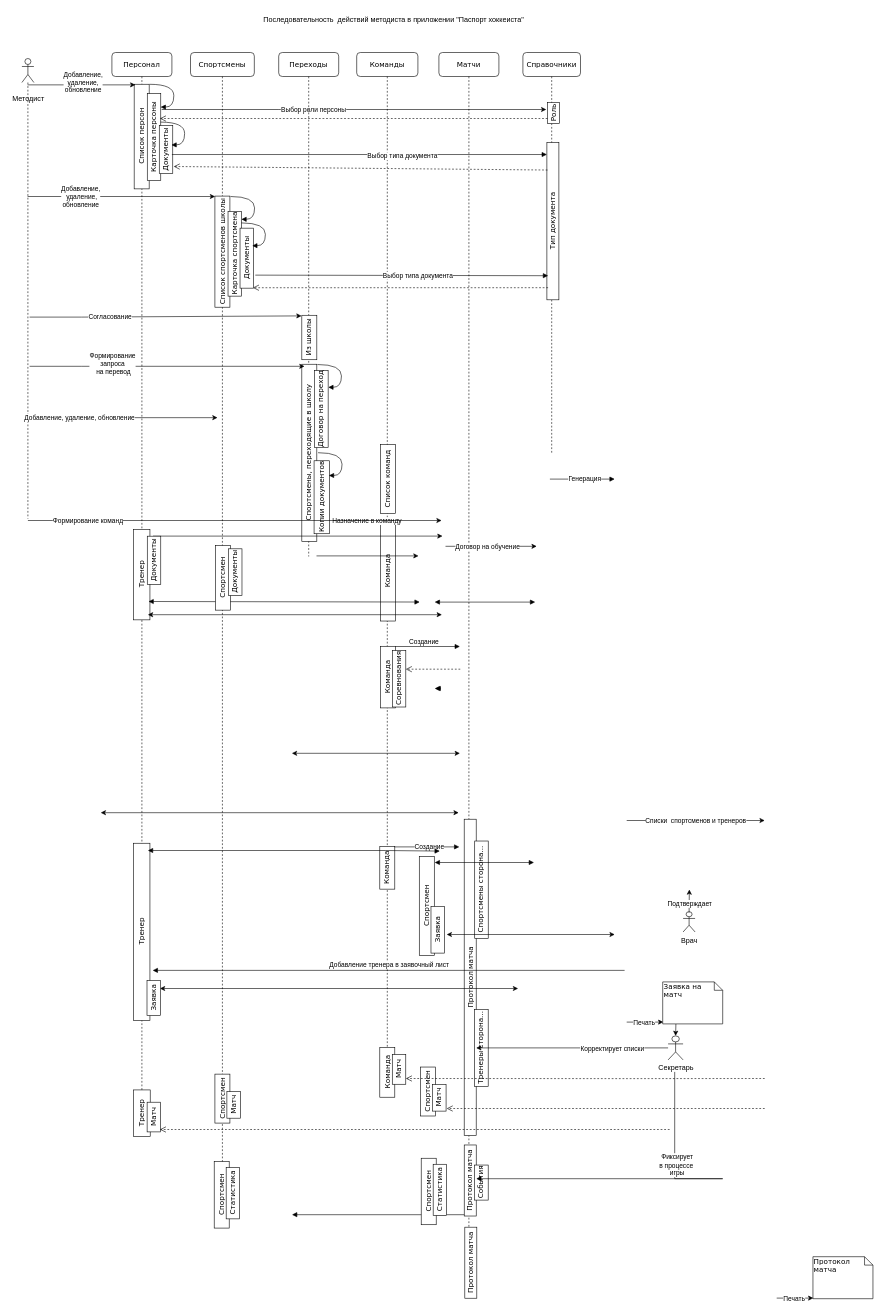
Before: Акбарс.drawio in OlgaTalipova/FHRT, a draw.io diagram. Source tidied: cells renumbered, new cells numbered last; positions are measured from the earlier drawing's top-left corner, leaving out a move shared by most shapes. Both pictures are drawn from the tidied source at 60%, with x=0, y=0 at pixel (10, 10).
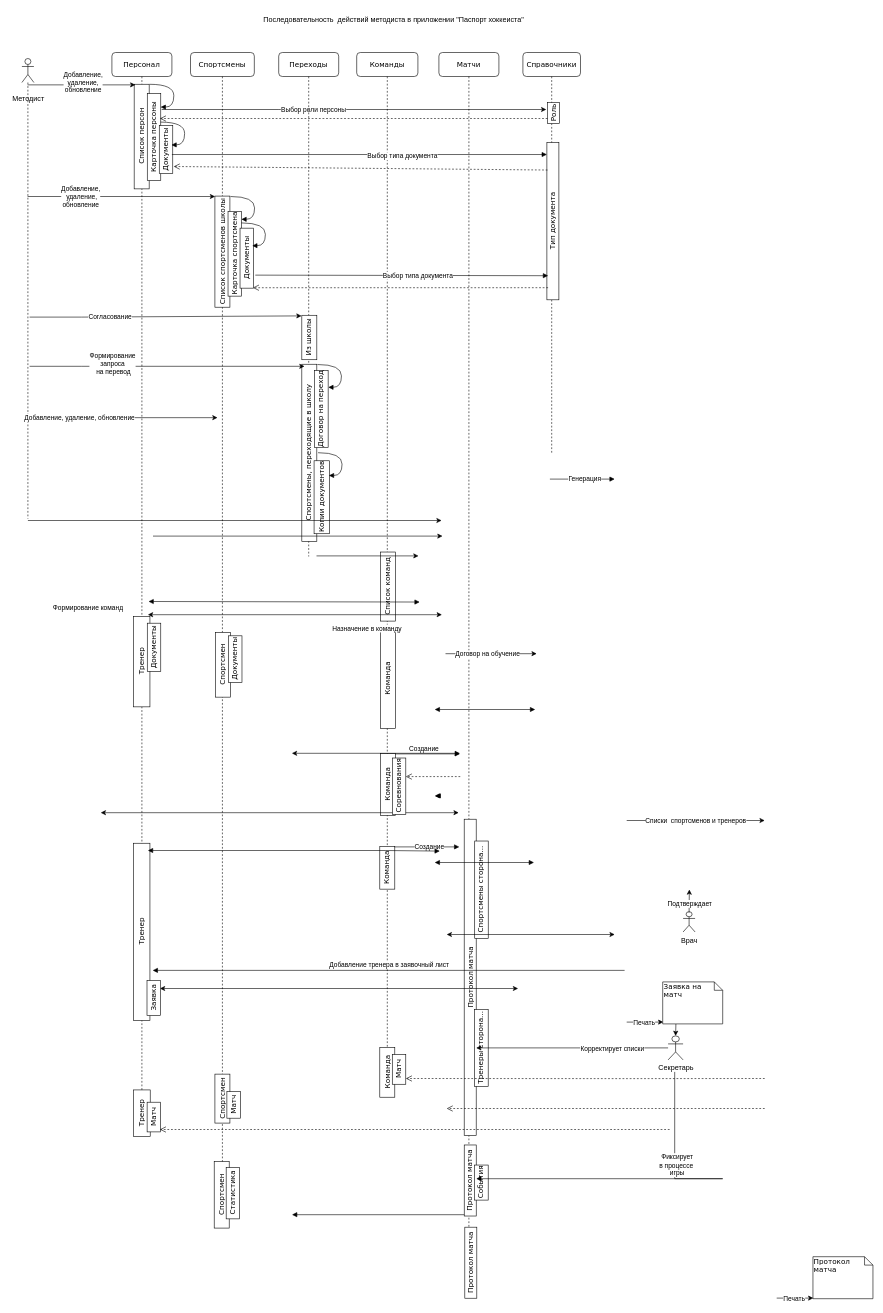
The same diagram, later.

The change refers to these unchanged cells:
```xml
<mxCell id="2" value="Команды" style="shape=umlLifeline;perimeter=lifelinePerimeter;whiteSpace=wrap;html=1;rounded=1;shadow=0;comic=0;labelBackgroundColor=none;strokeWidth=1;fontFamily=Verdana;fontSize=12;align=center;" parent="1" vertex="1">
  <mxGeometry x="577" y="70" width="102" height="1737" as="geometry" />
</mxCell>
<mxCell id="26" value="Персонал" style="shape=umlLifeline;perimeter=lifelinePerimeter;whiteSpace=wrap;html=1;rounded=1;shadow=0;comic=0;labelBackgroundColor=none;strokeWidth=1;fontFamily=Verdana;fontSize=12;align=center;" parent="1" vertex="1">
  <mxGeometry x="169" y="70" width="100" height="1797" as="geometry" />
</mxCell>
<mxCell id="54" style="endArrow=classic;html=1;rounded=0;entryX=1.14;entryY=0.038;entryDx=0;entryDy=0;entryPerimeter=0;" parent="1" edge="1">
  <mxGeometry relative="1" as="geometry">
    <mxPoint x="237.5" y="876" as="sourcePoint" />
    <mxPoint x="720" y="876" as="targetPoint" />
  </mxGeometry>
</mxCell>
<mxCell id="57" style="endArrow=classic;html=1;rounded=0;entryX=0.94;entryY=0.99;entryDx=0;entryDy=0;entryPerimeter=0;" parent="1" edge="1">
  <mxGeometry relative="1" as="geometry">
    <mxPoint x="29" y="850" as="sourcePoint" />
    <mxPoint x="718.5" y="850" as="targetPoint" />
  </mxGeometry>
</mxCell>
```

Diff of the diagram source:
```diff
@@
     <mxCell id="3" value="Команда" style="html=1;perimeter=orthogonalPerimeter;rounded=0;shadow=0;comic=0;labelBackgroundColor=none;strokeWidth=1;fontFamily=Verdana;fontSize=12;align=center;direction=north;rotation=-90;" parent="2" vertex="1">
-      <mxGeometry x="-31" y="852" width="166.1" height="25" as="geometry" />
+      <mxGeometry x="-31" y="1031" width="166.1" height="25" as="geometry" />
     </mxCell>
     <mxCell id="4" value="Список команд" style="html=1;perimeter=orthogonalPerimeter;rounded=0;shadow=0;comic=0;labelBackgroundColor=none;strokeWidth=1;fontFamily=Verdana;fontSize=12;align=center;direction=north;rotation=-90;" parent="2" vertex="1">
-      <mxGeometry x="-5.5" y="698.6" width="115.1" height="25" as="geometry" />
+      <mxGeometry x="-5.5" y="877.6" width="115.1" height="25" as="geometry" />
     </mxCell>
     <mxCell id="5" value="Команда" style="html=1;perimeter=orthogonalPerimeter;rounded=0;shadow=0;comic=0;labelBackgroundColor=none;strokeWidth=1;fontFamily=Verdana;fontSize=12;align=center;direction=north;rotation=-90;" parent="2" vertex="1">
-      <mxGeometry x="0.7" y="1028.5" width="102.7" height="25" as="geometry" />
+      <mxGeometry x="0.7" y="1207.5" width="102.7" height="25" as="geometry" />
     </mxCell>
     <mxCell id="6" value="Создание" style="html=1;verticalAlign=bottom;endArrow=block;curved=0;rounded=0;" parent="2" edge="1">
       <mxGeometry x="-0.11" y="-1" relative="1" as="geometry">
-        <mxPoint x="64" y="990" as="sourcePoint" />
-        <mxPoint x="172" y="990" as="targetPoint" />
+        <mxPoint x="64" y="1169" as="sourcePoint" />
+        <mxPoint x="172" y="1169" as="targetPoint" />
       </mxGeometry>
     </mxCell>
@@
     <mxCell id="14" value="&lt;div style=&quot;direction: ltr;&quot;&gt;&lt;span style=&quot;background-color: initial;&quot;&gt;Соревнования&lt;/span&gt;&lt;/div&gt;" style="html=1;points=[];perimeter=orthogonalPerimeter;rounded=0;shadow=0;comic=0;labelBackgroundColor=none;strokeWidth=1;fontFamily=Verdana;fontSize=12;align=center;direction=west;rotation=-90;" parent="2" vertex="1">
-      <mxGeometry x="23.6" y="1032.6" width="94" height="22.5" as="geometry" />
+      <mxGeometry x="23.6" y="1211.6" width="94" height="22.5" as="geometry" />
     </mxCell>
     <mxCell id="15" style="html=1;verticalAlign=bottom;endArrow=open;dashed=1;endSize=8;curved=0;rounded=0;" parent="2" edge="1" target="14">
       <mxGeometry relative="1" as="geometry">
-        <mxPoint x="172.6" y="1027.8" as="sourcePoint" />
+        <mxPoint x="172.6" y="1206.8" as="sourcePoint" />
       </mxGeometry>
     </mxCell>
@@
     <mxCell id="32" value="Тренер" style="html=1;perimeter=orthogonalPerimeter;rounded=0;shadow=0;comic=0;labelBackgroundColor=none;strokeWidth=1;fontFamily=Verdana;fontSize=12;align=center;rotation=-90;" parent="26" vertex="1">
-      <mxGeometry x="-25.9" y="856.3" width="150.9" height="27.7" as="geometry" />
+      <mxGeometry x="-25.9" y="1001.3" width="150.9" height="27.7" as="geometry" />
     </mxCell>
@@
     <mxCell id="55" value="Назначение в команду" style="edgeLabel;html=1;align=center;verticalAlign=middle;" parent="54" vertex="1">
       <mxGeometry x="-0.18" y="2" relative="1" as="geometry">
-        <mxPoint x="158" y="-24" as="offset" />
+        <mxPoint x="158" y="155" as="offset" />
       </mxGeometry>
     </mxCell>
     <mxCell id="56" value="&lt;div style=&quot;direction: ltr;&quot;&gt;&lt;span style=&quot;background-color: initial;&quot;&gt;Документы&lt;/span&gt;&lt;/div&gt;" style="html=1;perimeter=orthogonalPerimeter;rounded=0;shadow=0;comic=0;labelBackgroundColor=none;strokeWidth=1;fontFamily=Verdana;fontSize=12;align=center;direction=west;rotation=-90;" parent="1" vertex="1">
-      <mxGeometry x="199.1" y="905" width="80.2" height="22.5" as="geometry" />
+      <mxGeometry x="199.1" y="1050" width="80.2" height="22.5" as="geometry" />
     </mxCell>
@@
     <mxCell id="58" value="Формирование команд" style="edgeLabel;html=1;align=center;verticalAlign=middle;" parent="57" vertex="1">
       <mxGeometry x="-0.5" y="1" relative="1" as="geometry">
-        <mxPoint x="-73" y="1" as="offset" />
+        <mxPoint x="-73" y="146" as="offset" />
       </mxGeometry>
     </mxCell>
     <mxCell id="59" style="endArrow=classic;html=1;rounded=0;entryX=0.94;entryY=0.517;entryDx=0;entryDy=0;entryPerimeter=0;exitX=0.242;exitY=-0.2;exitDx=0;exitDy=0;exitPerimeter=0;" parent="1" edge="1">
       <mxGeometry relative="1" as="geometry">
-        <mxPoint x="725" y="893" as="sourcePoint" />
-        <mxPoint x="877" y="893" as="targetPoint" />
+        <mxPoint x="725" y="1072" as="sourcePoint" />
+        <mxPoint x="877" y="1072" as="targetPoint" />
       </mxGeometry>
     </mxCell>
@@
     <mxCell id="61" style="endArrow=block;startArrow=block;endFill=1;startFill=1;html=1;rounded=0;" parent="1" edge="1">
       <mxGeometry relative="1" as="geometry">
-        <mxPoint x="707" y="986" as="sourcePoint" />
-        <mxPoint x="874.5" y="986" as="targetPoint" />
+        <mxPoint x="707" y="1165" as="sourcePoint" />
+        <mxPoint x="874.5" y="1165" as="targetPoint" />
       </mxGeometry>
     </mxCell>
@@
     <mxCell id="71" style="endArrow=block;startArrow=block;endFill=1;startFill=1;html=1;rounded=0;" parent="1" edge="1">
       <mxGeometry relative="1" as="geometry">
-        <mxPoint x="707" y="1130" as="sourcePoint" />
-        <mxPoint x="708.5" y="1130" as="targetPoint" />
+        <mxPoint x="707" y="1309" as="sourcePoint" />
+        <mxPoint x="708.5" y="1309" as="targetPoint" />
       </mxGeometry>
     </mxCell>
@@
-    <mxCell id="73" value="&lt;div style=&quot;direction: ltr;&quot;&gt;Спортсмен&lt;/div&gt;" style="html=1;perimeter=orthogonalPerimeter;rounded=0;shadow=0;comic=0;labelBackgroundColor=none;strokeWidth=1;fontFamily=Verdana;fontSize=12;align=center;direction=west;rotation=-90;" parent="1" vertex="1">
-      <mxGeometry x="611.2" y="1480" width="165.2" height="25" as="geometry" />
-    </mxCell>
-    <mxCell id="74" value="&lt;div style=&quot;direction: ltr;&quot;&gt;&lt;span style=&quot;background-color: initial;&quot;&gt;Заявка&lt;/span&gt;&lt;/div&gt;" style="html=1;perimeter=orthogonalPerimeter;rounded=0;shadow=0;comic=0;labelBackgroundColor=none;strokeWidth=1;fontFamily=Verdana;fontSize=12;align=center;direction=west;rotation=-90;" parent="1" vertex="1">
-      <mxGeometry x="673.1" y="1520.8" width="77.9" height="22.5" as="geometry" />
-    </mxCell>
@@
-    <mxCell id="93" value="&lt;div style=&quot;direction: ltr;&quot;&gt;Спортсмен&lt;/div&gt;" style="html=1;perimeter=orthogonalPerimeter;rounded=0;shadow=0;comic=0;labelBackgroundColor=none;strokeWidth=1;fontFamily=Verdana;fontSize=12;align=center;direction=west;rotation=-90;" parent="1" vertex="1">
-      <mxGeometry x="655.2" y="1789.2" width="81.6" height="25" as="geometry" />
-    </mxCell>
-    <mxCell id="94" value="&lt;div style=&quot;direction: ltr;&quot;&gt;&lt;span style=&quot;background-color: initial;&quot;&gt;Матч&lt;/span&gt;&lt;/div&gt;" style="html=1;perimeter=orthogonalPerimeter;rounded=0;shadow=0;comic=0;labelBackgroundColor=none;strokeWidth=1;fontFamily=Verdana;fontSize=12;align=center;direction=west;rotation=-90;" parent="1" vertex="1">
-      <mxGeometry x="692.6" y="1801" width="44.2" height="22.5" as="geometry" />
-    </mxCell>
@@
-    <mxCell id="99" value="&lt;div style=&quot;direction: ltr;&quot;&gt;Спортсмен&lt;/div&gt;" style="html=1;perimeter=orthogonalPerimeter;rounded=0;shadow=0;comic=0;labelBackgroundColor=none;strokeWidth=1;fontFamily=Verdana;fontSize=12;align=center;direction=west;rotation=-90;" parent="1" vertex="1">
-      <mxGeometry x="641.6" y="1955.8" width="110.8" height="25" as="geometry" />
-    </mxCell>
-    <mxCell id="100" value="&lt;div style=&quot;direction: ltr;&quot;&gt;&lt;span style=&quot;background-color: initial;&quot;&gt;Статистика&lt;/span&gt;&lt;/div&gt;" style="html=1;perimeter=orthogonalPerimeter;rounded=0;shadow=0;comic=0;labelBackgroundColor=none;strokeWidth=1;fontFamily=Verdana;fontSize=12;align=center;direction=west;rotation=-90;" parent="1" vertex="1">
-      <mxGeometry x="673" y="1954.4" width="85.4" height="22.5" as="geometry" />
-    </mxCell>
@@
     <mxCell id="110" value="&lt;div style=&quot;direction: ltr;&quot;&gt;Спортсмен&lt;/div&gt;" style="html=1;perimeter=orthogonalPerimeter;rounded=0;shadow=0;comic=0;labelBackgroundColor=none;strokeWidth=1;fontFamily=Verdana;fontSize=12;align=center;direction=west;rotation=-90;" parent="1" vertex="1">
-      <mxGeometry x="300" y="933" width="107.8" height="25" as="geometry" />
+      <mxGeometry x="300" y="1078" width="107.8" height="25" as="geometry" />
     </mxCell>
     <mxCell id="111" value="&lt;div style=&quot;direction: ltr;&quot;&gt;&lt;span style=&quot;background-color: initial;&quot;&gt;Документы&lt;/span&gt;&lt;/div&gt;" style="html=1;perimeter=orthogonalPerimeter;rounded=0;shadow=0;comic=0;labelBackgroundColor=none;strokeWidth=1;fontFamily=Verdana;fontSize=12;align=center;direction=west;rotation=-90;" parent="1" vertex="1">
-      <mxGeometry x="335.6" y="924.9" width="77.9" height="22.5" as="geometry" />
+      <mxGeometry x="335.6" y="1069.9" width="77.9" height="22.5" as="geometry" />
     </mxCell>
```
